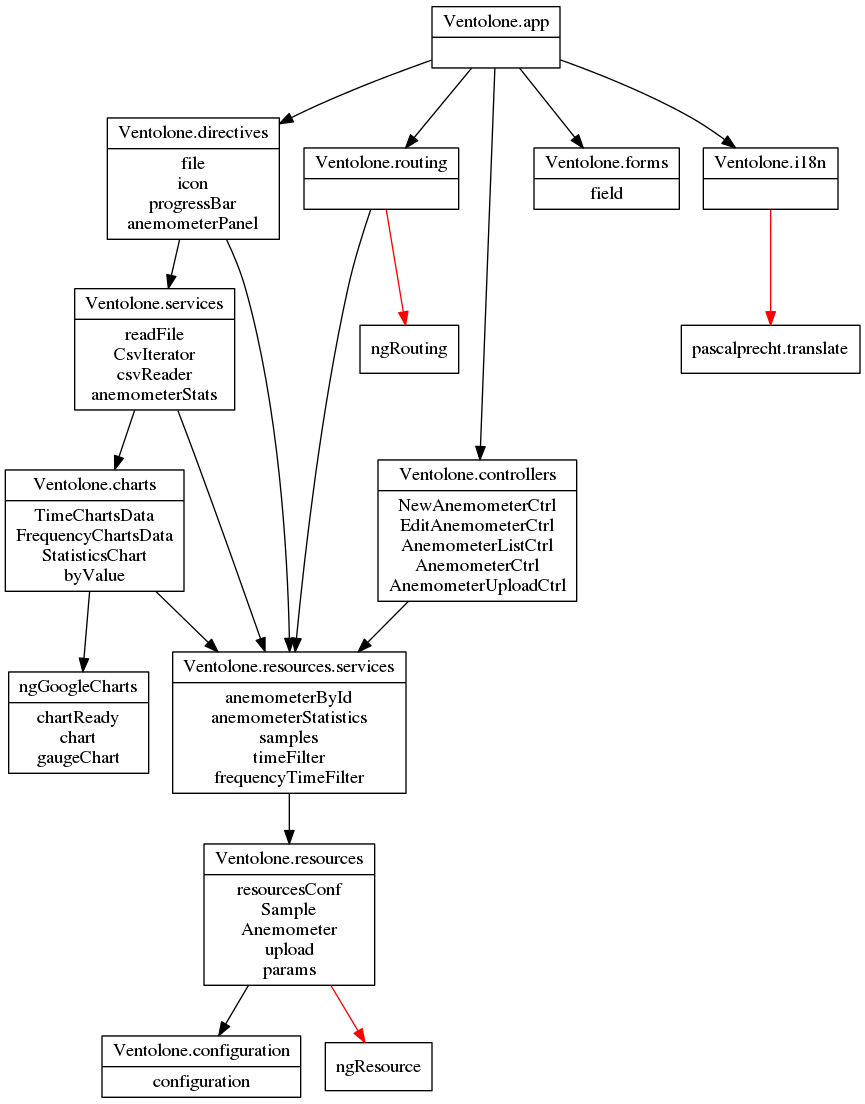
Above: dependencies-graph.png in VentolONE/ventolone-app (Graphviz), before the change. Its source is kept beside it as dependencies-graph.dot.
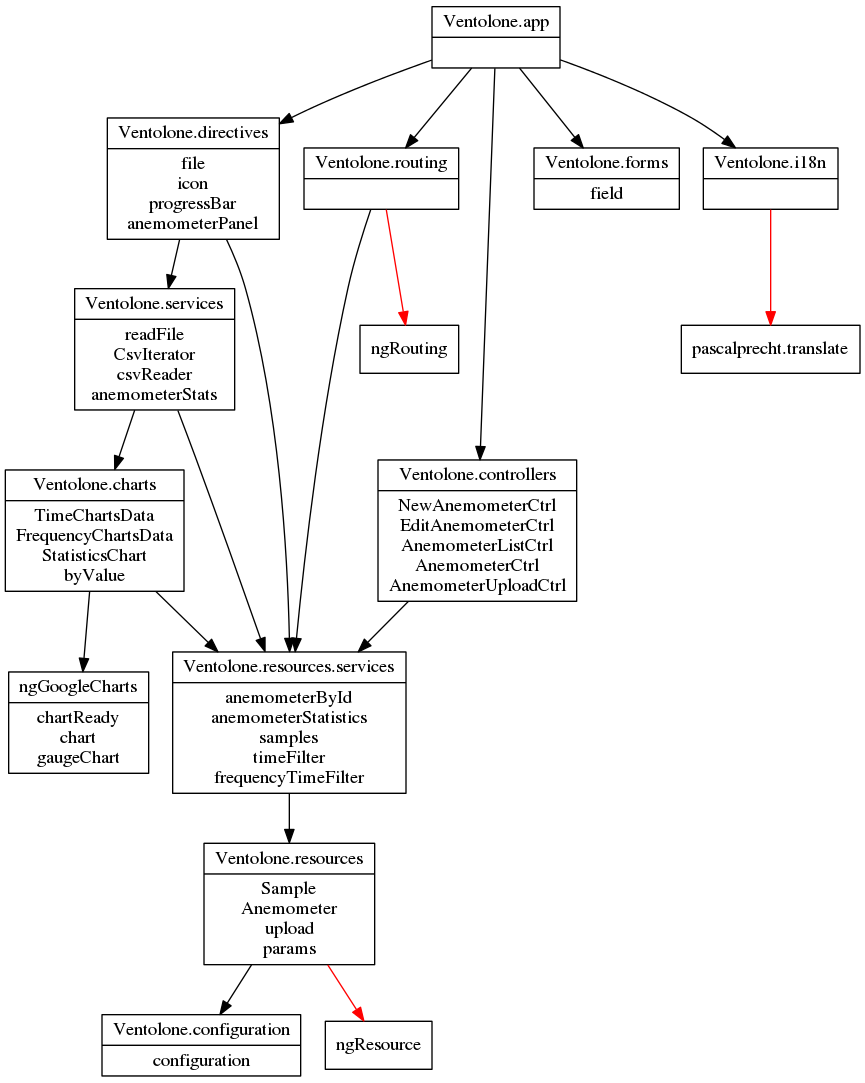
The same file after the commit.

Commit message:
dependency graph

Diff of the diagram source:
```diff
@@ -9,7 +9,7 @@
   "Ventolone.i18n"[label="{Ventolone.i18n|}"]
   "Ventolone.app"[label="{Ventolone.app|}"]
   "Ventolone.resources.services"[label="{Ventolone.resources.services|anemometerById\nanemometerStatistics\nsamples\ntimeFilter\nfrequencyTimeFilter}"]
-  "Ventolone.resources"[label="{Ventolone.resources|resourcesConf\nSample\nAnemometer\nupload\nparams}"]
+  "Ventolone.resources"[label="{Ventolone.resources|Sample\nAnemometer\nupload\nparams}"]
   "Ventolone.routing"[label="{Ventolone.routing|}"]
   "Ventolone.services"[label="{Ventolone.services|readFile\nCsvIterator\ncsvReader\nanemometerStats}"]
 
```
